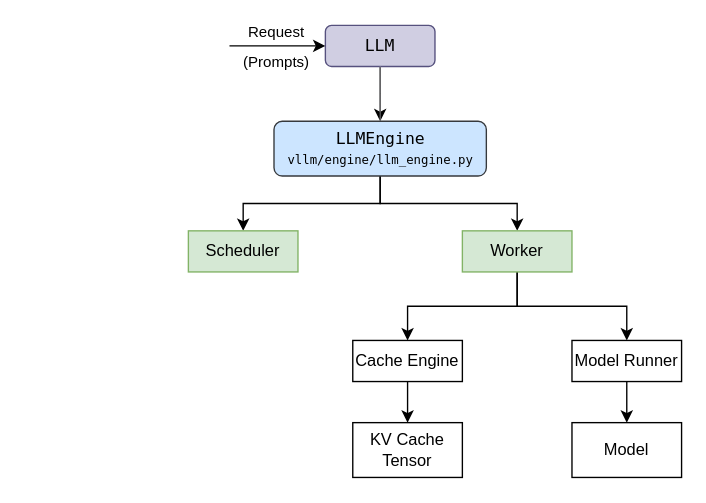
Before: docs/Untitled Diagram.drawio in XPengZhao/Data-Visualization, a draw.io diagram. Source tidied: cells renumbered, new cells numbered last; positions are measured from the earlier drawing's top-left corner, leaving out a move shared by most shapes. Both pictures are drawn from the tidied source at 137%, with x=0, y=0 at pixel (188, 25).
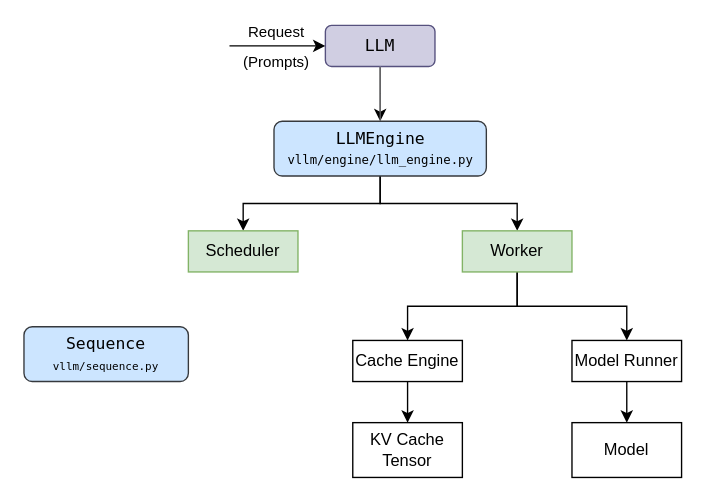
After the change.

Diff of the diagram source:
```diff
@@
+    <mxCell id="21" value="&lt;font&gt;Sequence&lt;/font&gt;&lt;div&gt;&lt;font style=&quot;font-size: 8px;&quot;&gt;vllm/sequence.py&lt;/font&gt;&lt;/div&gt;" style="rounded=1;whiteSpace=wrap;html=1;fillColor=#cce5ff;strokeColor=#36393d;fontFamily=Lucida Console;" parent="1" vertex="1">
+      <mxGeometry x="-120" y="220" width="120" height="40" as="geometry" />
+    </mxCell>
```
